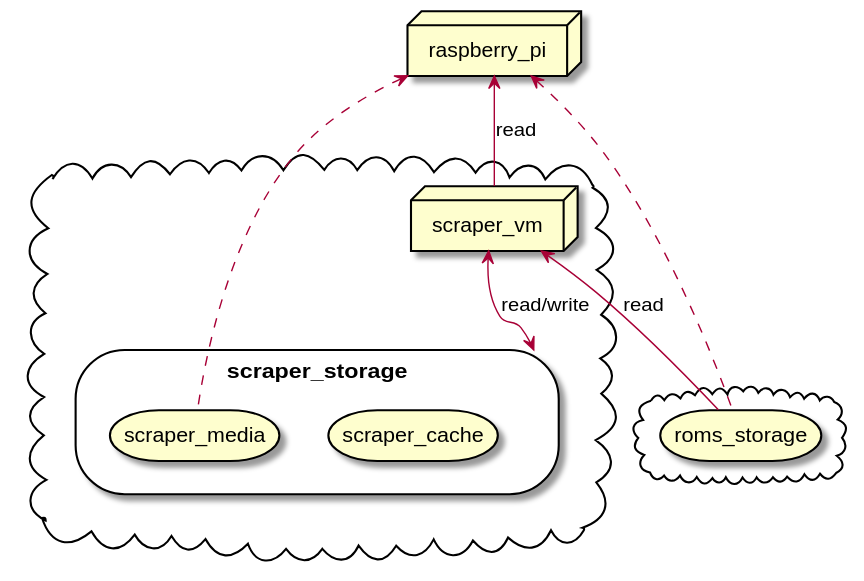
Above: diagrams/architecture.svg in seriema/retro-cloud (PlantUML), before the change.
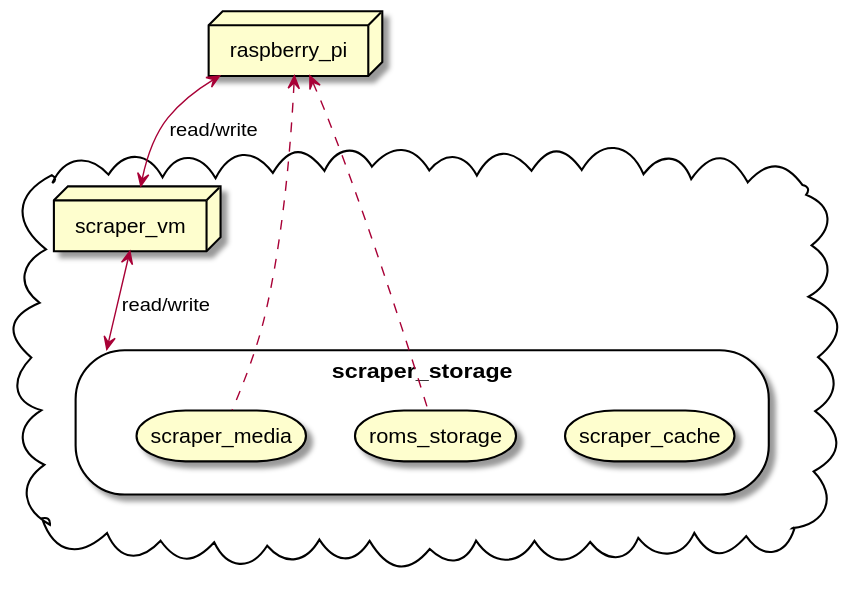
Later version of the same file.

Change to the diagram source:
```diff
@@ -4,17 +4,14 @@
     storage scraper_storage {
         storage scraper_cache
         storage scraper_media
+        storage roms_storage
     }
-}
-cloud {
-    storage roms_storage
 }
 
 node raspberry_pi
 
-raspberry_pi <-- scraper_vm : read
+raspberry_pi <--> scraper_vm : read/write
 scraper_vm <--> scraper_storage : read/write
-scraper_vm <-- roms_storage : read
 
 raspberry_pi <.. scraper_media
 raspberry_pi <.. roms_storage
```
